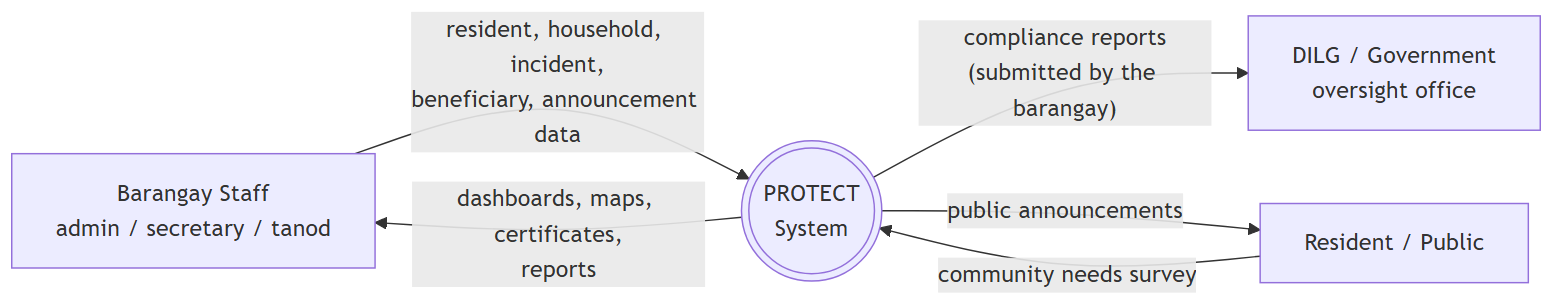
Earlier version of the Mermaid export diagrams/dfd_context.png (KellyEspera/protect). Its source is kept beside it as diagrams/dfd_context.mmd.
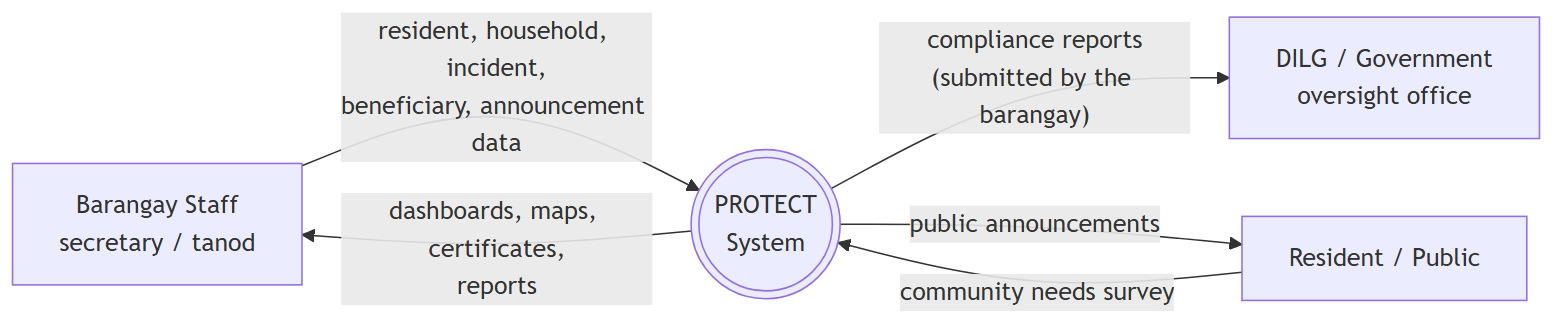
After the commit.

Commit message:
Diagrams: drop removed 'admin' role from DFD label and announcements sub-flow

Change to the diagram source:
```diff
@@ -1,5 +1,5 @@
 flowchart LR
-    Staff[Barangay Staff<br/>admin / secretary / tanod]
+    Staff[Barangay Staff<br/>secretary / tanod]
     DILG[DILG / Government<br/>oversight office]
     Public[Resident / Public]
 
```
